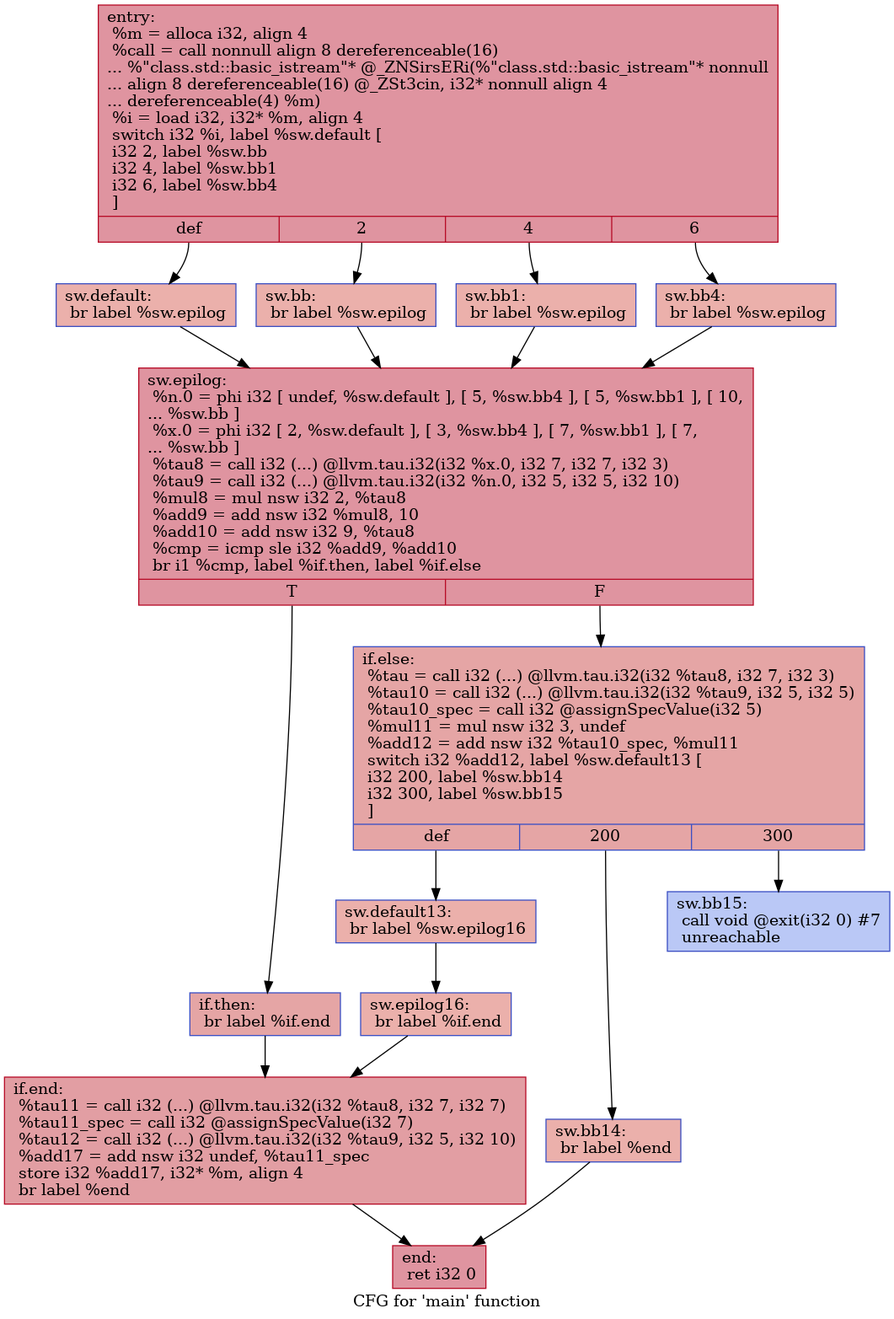
Earlier version of the Graphviz export IR/cfg/specSCCP_HPSSA.dot.png (HPSSA-LLVM/HPSSA-LLVM). Its source is kept beside it as IR/cfg/specSCCP_HPSSA.dot.
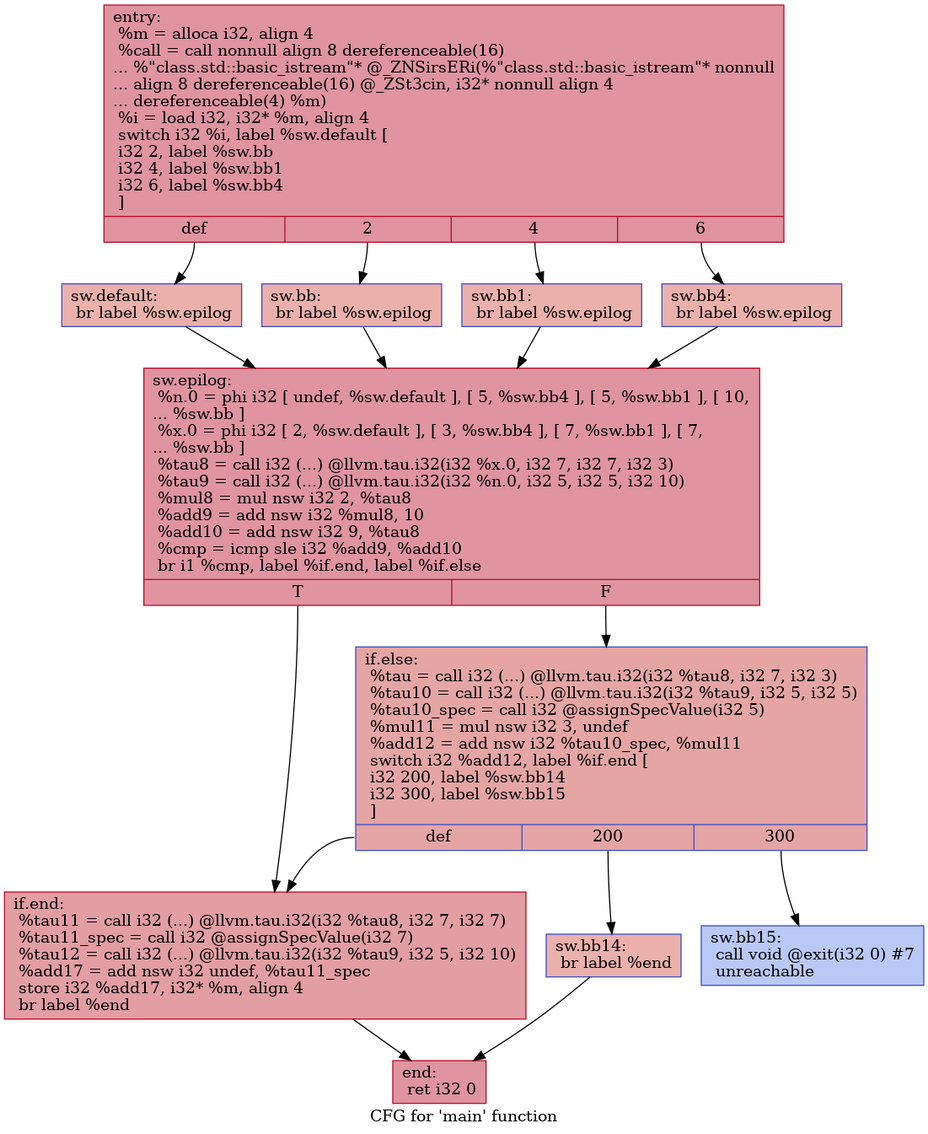
Later version of the same file.

Change to the diagram source:
```diff
@@ -1,36 +1,30 @@
 digraph "CFG for 'main' function" {
 	label="CFG for 'main' function";
 
-	Node0x55fcf3085da0 [shape=record,color="#b70d28ff", style=filled, fillcolor="#b70d2870",label="{entry:\l  %m = alloca i32, align 4\l  %call = call nonnull align 8 dereferenceable(16)\l... %\"class.std::basic_istream\"* @_ZNSirsERi(%\"class.std::basic_istream\"* nonnull\l... align 8 dereferenceable(16) @_ZSt3cin, i32* nonnull align 4\l... dereferenceable(4) %m)\l  %i = load i32, i32* %m, align 4\l  switch i32 %i, label %sw.default [\l    i32 2, label %sw.bb\l    i32 4, label %sw.bb1\l    i32 6, label %sw.bb4\l  ]\l|{<s0>def|<s1>2|<s2>4|<s3>6}}"];
-	Node0x55fcf3085da0:s0 -> Node0x55fcf3086210;
-	Node0x55fcf3085da0:s1 -> Node0x55fcf3086320;
-	Node0x55fcf3085da0:s2 -> Node0x55fcf3086420;
-	Node0x55fcf3085da0:s3 -> Node0x55fcf3086520;
-	Node0x55fcf3086320 [shape=record,color="#3d50c3ff", style=filled, fillcolor="#d24b4070",label="{sw.bb:                                            \l  br label %sw.epilog\l}"];
-	Node0x55fcf3086320 -> Node0x55fcf3086640;
-	Node0x55fcf3086420 [shape=record,color="#3d50c3ff", style=filled, fillcolor="#d24b4070",label="{sw.bb1:                                           \l  br label %sw.epilog\l}"];
-	Node0x55fcf3086420 -> Node0x55fcf3086640;
-	Node0x55fcf3086520 [shape=record,color="#3d50c3ff", style=filled, fillcolor="#d24b4070",label="{sw.bb4:                                           \l  br label %sw.epilog\l}"];
-	Node0x55fcf3086520 -> Node0x55fcf3086640;
-	Node0x55fcf3086210 [shape=record,color="#3d50c3ff", style=filled, fillcolor="#d24b4070",label="{sw.default:                                       \l  br label %sw.epilog\l}"];
-	Node0x55fcf3086210 -> Node0x55fcf3086640;
-	Node0x55fcf3086640 [shape=record,color="#b70d28ff", style=filled, fillcolor="#b70d2870",label="{sw.epilog:                                        \l  %n.0 = phi i32 [ undef, %sw.default ], [ 5, %sw.bb4 ], [ 5, %sw.bb1 ], [ 10,\l... %sw.bb ]\l  %x.0 = phi i32 [ 2, %sw.default ], [ 3, %sw.bb4 ], [ 7, %sw.bb1 ], [ 7,\l... %sw.bb ]\l  %tau8 = call i32 (...) @llvm.tau.i32(i32 %x.0, i32 7, i32 7, i32 3)\l  %tau9 = call i32 (...) @llvm.tau.i32(i32 %n.0, i32 5, i32 5, i32 10)\l  %mul8 = mul nsw i32 2, %tau8\l  %add9 = add nsw i32 %mul8, 10\l  %add10 = add nsw i32 9, %tau8\l  %cmp = icmp sle i32 %add9, %add10\l  br i1 %cmp, label %if.then, label %if.else\l|{<s0>T|<s1>F}}"];
-	Node0x55fcf3086640:s0 -> Node0x55fcf3087810;
-	Node0x55fcf3086640:s1 -> Node0x55fcf3087880;
-	Node0x55fcf3087810 [shape=record,color="#3d50c3ff", style=filled, fillcolor="#c5333470",label="{if.then:                                          \l  br label %if.end\l}"];
-	Node0x55fcf3087810 -> Node0x55fcf30879a0;
-	Node0x55fcf3087880 [shape=record,color="#3d50c3ff", style=filled, fillcolor="#c5333470",label="{if.else:                                          \l  %tau = call i32 (...) @llvm.tau.i32(i32 %tau8, i32 7, i32 3)\l  %tau10 = call i32 (...) @llvm.tau.i32(i32 %tau9, i32 5, i32 5)\l  %tau10_spec = call i32 @assignSpecValue(i32 5)\l  %mul11 = mul nsw i32 3, undef\l  %add12 = add nsw i32 %tau10_spec, %mul11\l  switch i32 %add12, label %sw.default13 [\l    i32 200, label %sw.bb14\l    i32 300, label %sw.bb15\l  ]\l|{<s0>def|<s1>200|<s2>300}}"];
-	Node0x55fcf3087880:s0 -> Node0x55fcf3088390;
-	Node0x55fcf3087880:s1 -> Node0x55fcf30884a0;
-	Node0x55fcf3087880:s2 -> Node0x55fcf30885a0;
-	Node0x55fcf3088390 [shape=record,color="#3d50c3ff", style=filled, fillcolor="#d24b4070",label="{sw.default13:                                     \l  br label %sw.epilog16\l}"];
-	Node0x55fcf3088390 -> Node0x55fcf3088790;
-	Node0x55fcf30884a0 [shape=record,color="#3d50c3ff", style=filled, fillcolor="#d24b4070",label="{sw.bb14:                                          \l  br label %end\l}"];
-	Node0x55fcf30884a0 -> Node0x55fcf3088880;
-	Node0x55fcf30885a0 [shape=record,color="#3d50c3ff", style=filled, fillcolor="#6282ea70",label="{sw.bb15:                                          \l  call void @exit(i32 0) #7\l  unreachable\l}"];
-	Node0x55fcf3088790 [shape=record,color="#3d50c3ff", style=filled, fillcolor="#d24b4070",label="{sw.epilog16:                                      \l  br label %if.end\l}"];
-	Node0x55fcf3088790 -> Node0x55fcf30879a0;
-	Node0x55fcf30879a0 [shape=record,color="#b70d28ff", style=filled, fillcolor="#be242e70",label="{if.end:                                           \l  %tau11 = call i32 (...) @llvm.tau.i32(i32 %tau8, i32 7, i32 7)\l  %tau11_spec = call i32 @assignSpecValue(i32 7)\l  %tau12 = call i32 (...) @llvm.tau.i32(i32 %tau9, i32 5, i32 10)\l  %add17 = add nsw i32 undef, %tau11_spec\l  store i32 %add17, i32* %m, align 4\l  br label %end\l}"];
-	Node0x55fcf30879a0 -> Node0x55fcf3088880;
-	Node0x55fcf3088880 [shape=record,color="#b70d28ff", style=filled, fillcolor="#b70d2870",label="{end:                                              \l  ret i32 0\l}"];
+	Node0x560a72702150 [shape=record,color="#b70d28ff", style=filled, fillcolor="#b70d2870",label="{entry:\l  %m = alloca i32, align 4\l  %call = call nonnull align 8 dereferenceable(16)\l... %\"class.std::basic_istream\"* @_ZNSirsERi(%\"class.std::basic_istream\"* nonnull\l... align 8 dereferenceable(16) @_ZSt3cin, i32* nonnull align 4\l... dereferenceable(4) %m)\l  %i = load i32, i32* %m, align 4\l  switch i32 %i, label %sw.default [\l    i32 2, label %sw.bb\l    i32 4, label %sw.bb1\l    i32 6, label %sw.bb4\l  ]\l|{<s0>def|<s1>2|<s2>4|<s3>6}}"];
+	Node0x560a72702150:s0 -> Node0x560a72702590;
+	Node0x560a72702150:s1 -> Node0x560a727026a0;
+	Node0x560a72702150:s2 -> Node0x560a727027a0;
+	Node0x560a72702150:s3 -> Node0x560a727028a0;
+	Node0x560a727026a0 [shape=record,color="#3d50c3ff", style=filled, fillcolor="#d24b4070",label="{sw.bb:                                            \l  br label %sw.epilog\l}"];
+	Node0x560a727026a0 -> Node0x560a727029c0;
+	Node0x560a727027a0 [shape=record,color="#3d50c3ff", style=filled, fillcolor="#d24b4070",label="{sw.bb1:                                           \l  br label %sw.epilog\l}"];
+	Node0x560a727027a0 -> Node0x560a727029c0;
+	Node0x560a727028a0 [shape=record,color="#3d50c3ff", style=filled, fillcolor="#d24b4070",label="{sw.bb4:                                           \l  br label %sw.epilog\l}"];
+	Node0x560a727028a0 -> Node0x560a727029c0;
+	Node0x560a72702590 [shape=record,color="#3d50c3ff", style=filled, fillcolor="#d24b4070",label="{sw.default:                                       \l  br label %sw.epilog\l}"];
+	Node0x560a72702590 -> Node0x560a727029c0;
+	Node0x560a727029c0 [shape=record,color="#b70d28ff", style=filled, fillcolor="#b70d2870",label="{sw.epilog:                                        \l  %n.0 = phi i32 [ undef, %sw.default ], [ 5, %sw.bb4 ], [ 5, %sw.bb1 ], [ 10,\l... %sw.bb ]\l  %x.0 = phi i32 [ 2, %sw.default ], [ 3, %sw.bb4 ], [ 7, %sw.bb1 ], [ 7,\l... %sw.bb ]\l  %tau8 = call i32 (...) @llvm.tau.i32(i32 %x.0, i32 7, i32 7, i32 3)\l  %tau9 = call i32 (...) @llvm.tau.i32(i32 %n.0, i32 5, i32 5, i32 10)\l  %mul8 = mul nsw i32 2, %tau8\l  %add9 = add nsw i32 %mul8, 10\l  %add10 = add nsw i32 9, %tau8\l  %cmp = icmp sle i32 %add9, %add10\l  br i1 %cmp, label %if.end, label %if.else\l|{<s0>T|<s1>F}}"];
+	Node0x560a727029c0:s0 -> Node0x560a72703b60;
+	Node0x560a727029c0:s1 -> Node0x560a72703bd0;
+	Node0x560a72703bd0 [shape=record,color="#3d50c3ff", style=filled, fillcolor="#c5333470",label="{if.else:                                          \l  %tau = call i32 (...) @llvm.tau.i32(i32 %tau8, i32 7, i32 3)\l  %tau10 = call i32 (...) @llvm.tau.i32(i32 %tau9, i32 5, i32 5)\l  %tau10_spec = call i32 @assignSpecValue(i32 5)\l  %mul11 = mul nsw i32 3, undef\l  %add12 = add nsw i32 %tau10_spec, %mul11\l  switch i32 %add12, label %if.end [\l    i32 200, label %sw.bb14\l    i32 300, label %sw.bb15\l  ]\l|{<s0>def|<s1>200|<s2>300}}"];
+	Node0x560a72703bd0:s0 -> Node0x560a72703b60;
+	Node0x560a72703bd0:s1 -> Node0x560a72704140;
+	Node0x560a72703bd0:s2 -> Node0x560a72704500;
+	Node0x560a72704140 [shape=record,color="#3d50c3ff", style=filled, fillcolor="#d24b4070",label="{sw.bb14:                                          \l  br label %end\l}"];
+	Node0x560a72704140 -> Node0x560a727046f0;
+	Node0x560a72704500 [shape=record,color="#3d50c3ff", style=filled, fillcolor="#6282ea70",label="{sw.bb15:                                          \l  call void @exit(i32 0) #7\l  unreachable\l}"];
+	Node0x560a72703b60 [shape=record,color="#b70d28ff", style=filled, fillcolor="#be242e70",label="{if.end:                                           \l  %tau11 = call i32 (...) @llvm.tau.i32(i32 %tau8, i32 7, i32 7)\l  %tau11_spec = call i32 @assignSpecValue(i32 7)\l  %tau12 = call i32 (...) @llvm.tau.i32(i32 %tau9, i32 5, i32 10)\l  %add17 = add nsw i32 undef, %tau11_spec\l  store i32 %add17, i32* %m, align 4\l  br label %end\l}"];
+	Node0x560a72703b60 -> Node0x560a727046f0;
+	Node0x560a727046f0 [shape=record,color="#b70d28ff", style=filled, fillcolor="#b70d2870",label="{end:                                              \l  ret i32 0\l}"];
 }
```
